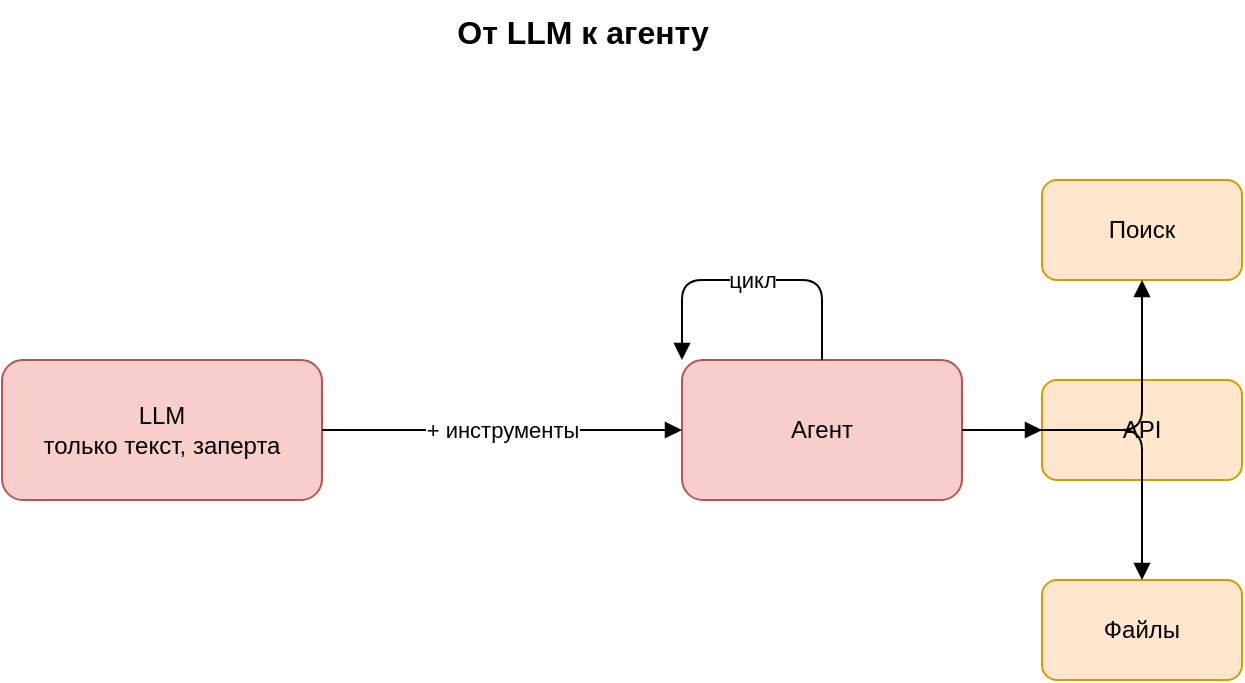
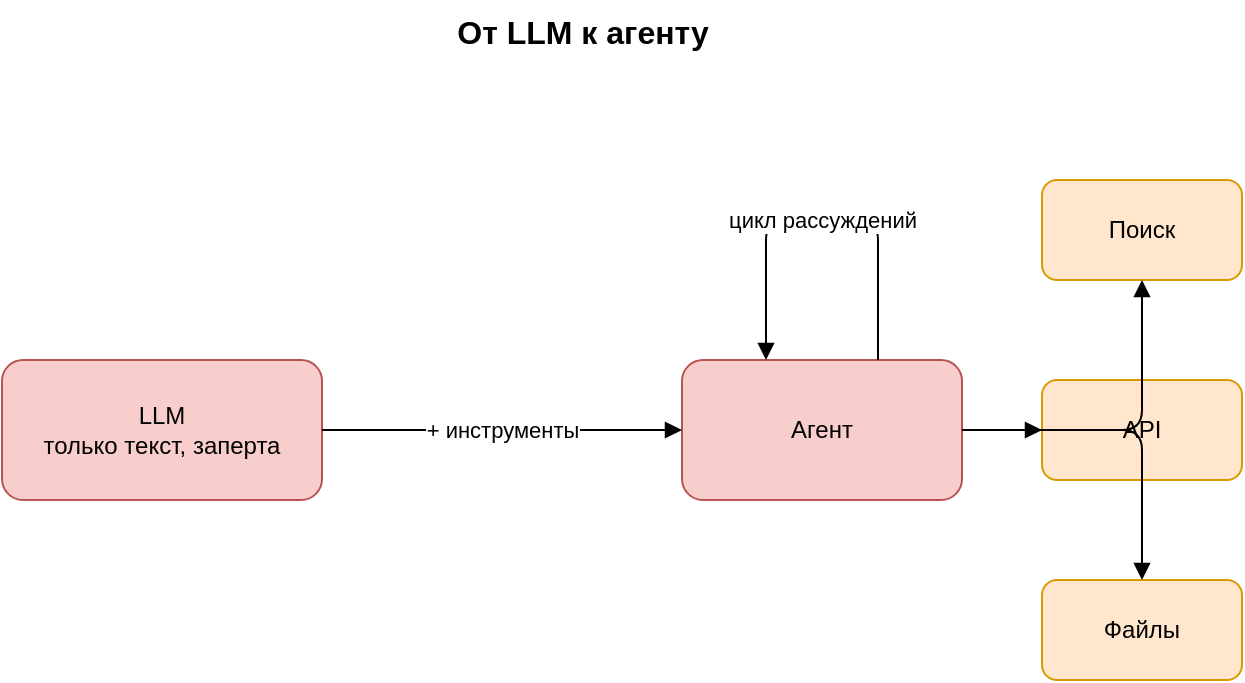
<mxfile host="app.diagrams.net">
  <diagram name="LLM to Agent" id="llm-to-agent">
    <mxGraphModel dx="800" dy="600" grid="1" gridSize="10" guides="1" tooltips="1" connect="1" arrows="1" fold="1" page="1" pageScale="1" pageWidth="700" pageHeight="450" math="0" shadow="0">
      <root>
        <mxCell id="0" />
        <mxCell id="1" parent="0" />
        <mxCell id="title" value="От LLM к агенту" style="text;html=1;fontSize=16;fontStyle=1;align=center" vertex="1" parent="1">
          <mxGeometry x="240" y="10" width="220" height="30" as="geometry" />
        </mxCell>
        <mxCell id="llm" value="LLM&#10;только текст, заперта" style="rounded=1;whiteSpace=wrap;html=1;fillColor=#f8cecc;strokeColor=#b85450" vertex="1" parent="1">
          <mxGeometry x="60" y="190" width="160" height="70" as="geometry" />
        </mxCell>
        <mxCell id="agent" value="Агент" style="rounded=1;whiteSpace=wrap;html=1;fillColor=#f8cecc;strokeColor=#b85450" vertex="1" parent="1">
          <mxGeometry x="400" y="190" width="140" height="70" as="geometry" />
        </mxCell>
        <mxCell id="tsearch" value="Поиск" style="rounded=1;whiteSpace=wrap;html=1;fillColor=#ffe6cc;strokeColor=#d79b00" vertex="1" parent="1">
          <mxGeometry x="580" y="100" width="100" height="50" as="geometry" />
        </mxCell>
        <mxCell id="tapi" value="API" style="rounded=1;whiteSpace=wrap;html=1;fillColor=#ffe6cc;strokeColor=#d79b00" vertex="1" parent="1">
          <mxGeometry x="580" y="200" width="100" height="50" as="geometry" />
        </mxCell>
        <mxCell id="tfiles" value="Файлы" style="rounded=1;whiteSpace=wrap;html=1;fillColor=#ffe6cc;strokeColor=#d79b00" vertex="1" parent="1">
          <mxGeometry x="580" y="300" width="100" height="50" as="geometry" />
        </mxCell>
        <mxCell id="e1" style="edgeStyle=orthogonalEdgeStyle;html=1;endArrow=block" edge="1" parent="1" source="agent" target="tsearch">
          <mxGeometry relative="1" as="geometry" />
        </mxCell>
        <mxCell id="e2" style="edgeStyle=orthogonalEdgeStyle;html=1;endArrow=block" edge="1" parent="1" source="agent" target="tapi">
          <mxGeometry relative="1" as="geometry" />
        </mxCell>
        <mxCell id="e3" style="edgeStyle=orthogonalEdgeStyle;html=1;endArrow=block" edge="1" parent="1" source="agent" target="tfiles">
          <mxGeometry relative="1" as="geometry" />
        </mxCell>
-         <mxCell id="eloop" value="цикл" style="edgeStyle=orthogonalEdgeStyle;html=1;endArrow=block;rounded=1" edge="1" parent="1" source="agent" target="agent">
+         <mxCell id="eloop" value="цикл рассуждений" style="edgeStyle=orthogonalEdgeStyle;html=1;endArrow=block;rounded=1;exitX=0.7;exitY=0;exitDx=0;exitDy=0;entryX=0.3;entryY=0;entryDx=0;entryDy=0;fontSize=11" edge="1" parent="1" source="agent" target="agent">
          <mxGeometry relative="1" as="geometry">
            <Array as="points">
-               <mxPoint x="470" y="150" />
-               <mxPoint x="400" y="150" />
+               <mxPoint x="498" y="120" />
+               <mxPoint x="442" y="120" />
            </Array>
          </mxGeometry>
        </mxCell>
        <mxCell id="emid" value="+ инструменты" style="edgeStyle=orthogonalEdgeStyle;html=1;endArrow=block" edge="1" parent="1" source="llm" target="agent">
          <mxGeometry relative="1" as="geometry" />
        </mxCell>
      </root>
    </mxGraphModel>
  </diagram>
</mxfile>
